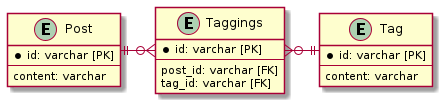
Before: database/24_MultiColumn_Attributes/assets/answer.png, a diagram exported from PlantUML (shimopino/praha-challenges).
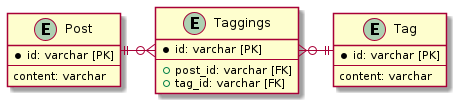
Later version of the same file.

Commit message:
docs: エンティティの外部キー制約がわかる表記に変更 #88

The edit, as a diff of the source:
```diff
@@ -9,8 +9,8 @@
 entity Taggings {
     * id: varchar [PK]
     ---
-    post_id: varchar [FK]
-    tag_id: varchar [FK]
+    + post_id: varchar [FK]
+    + tag_id: varchar [FK]
 }
 
 entity Tag {
```
